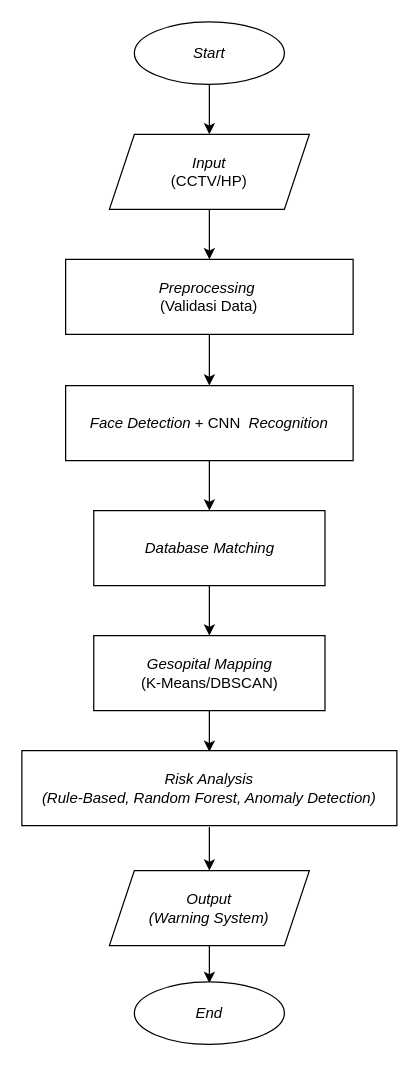
This is page "Page-5" (5 of 5) of Diagram Tanpa Judul.drawio from NayaRPL/bebas, a draw.io file, before an edit. Source tidied: cells renumbered, new cells numbered last; positions are measured from the earlier drawing's top-left corner, leaving out a move shared by most shapes. Both pictures are drawn from the tidied source at 125%, with x=0, y=0 at pixel (21, 21).
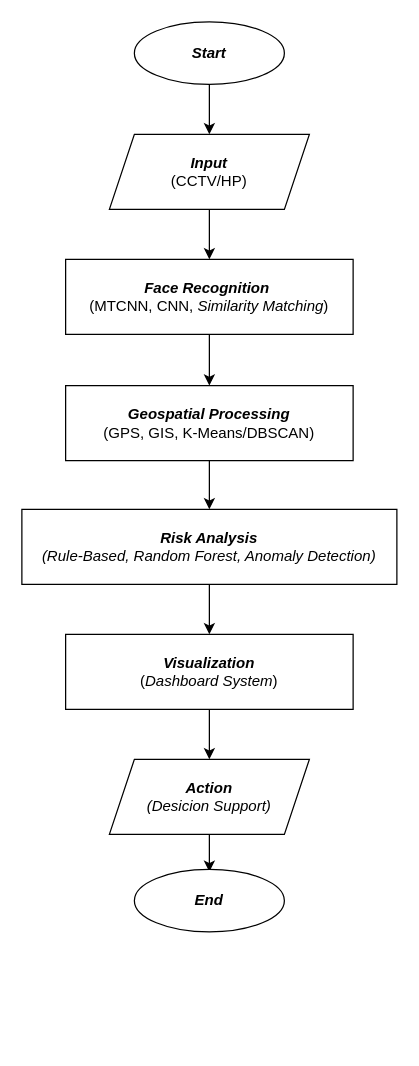
Above is the later version.

Diff of the diagram source:
```diff
@@
-    <mxCell id="3" value="&lt;i&gt;Start&lt;/i&gt;" style="ellipse;whiteSpace=wrap;html=1;" parent="1" vertex="1">
+    <mxCell id="3" value="&lt;i&gt;&lt;b&gt;Start&lt;/b&gt;&lt;/i&gt;" style="ellipse;whiteSpace=wrap;html=1;" parent="1" vertex="1">
       <mxGeometry x="90" width="120" height="50" as="geometry" />
     </mxCell>
@@
-    <mxCell id="5" value="&lt;i&gt;Input&lt;/i&gt;&lt;div&gt;(CCTV/HP)&lt;/div&gt;" style="shape=parallelogram;perimeter=parallelogramPerimeter;whiteSpace=wrap;html=1;fixedSize=1;" parent="1" vertex="1">
+    <mxCell id="5" value="&lt;i&gt;&lt;b&gt;Input&lt;/b&gt;&lt;/i&gt;&lt;div&gt;(CCTV/HP)&lt;/div&gt;" style="shape=parallelogram;perimeter=parallelogramPerimeter;whiteSpace=wrap;html=1;fixedSize=1;" parent="1" vertex="1">
       <mxGeometry x="70" y="90" width="160" height="60" as="geometry" />
     </mxCell>
-    <mxCell id="6" style="edgeStyle=orthogonalEdgeStyle;rounded=0;jettySize=auto;html=1;exitX=0.5;exitY=1;exitDx=0;exitDy=0;entryX=0.5;entryY=0;entryDx=0;entryDy=0;" parent="1" edge="1" source="7" target="9">
-      <mxGeometry relative="1" as="geometry" />
-    </mxCell>
+    <mxCell id="19" style="edgeStyle=orthogonalEdgeStyle;rounded=0;jettySize=auto;html=1;exitX=0.5;exitY=1;exitDx=0;exitDy=0;entryX=0.5;entryY=0;entryDx=0;entryDy=0;" parent="1" edge="1" source="7" target="13">
+      <mxGeometry relative="1" as="geometry" />
+    </mxCell>
-    <mxCell id="7" value="&lt;i&gt;Face Detection&lt;/i&gt; + CNN&amp;nbsp; &lt;i&gt;Recognition&lt;/i&gt;" style="rounded=0;whiteSpace=wrap;html=1;" parent="1" vertex="1">
+    <mxCell id="7" value="&lt;i&gt;&lt;b&gt;Geospatial Processing&lt;/b&gt;&lt;/i&gt;&lt;div&gt;(GPS, GIS, K-Means/DBSCAN)&lt;/div&gt;" style="rounded=0;whiteSpace=wrap;html=1;" parent="1" vertex="1">
       <mxGeometry x="35" y="291" width="230" height="60" as="geometry" />
     </mxCell>
-    <mxCell id="8" style="edgeStyle=orthogonalEdgeStyle;rounded=0;jettySize=auto;html=1;exitX=0.5;exitY=1;exitDx=0;exitDy=0;entryX=0.5;entryY=0;entryDx=0;entryDy=0;" parent="1" edge="1" source="9" target="11">
-      <mxGeometry relative="1" as="geometry" />
-    </mxCell>
-    <mxCell id="9" value="&lt;i&gt;Database Matching&lt;/i&gt;" style="rounded=0;whiteSpace=wrap;html=1;" parent="1" vertex="1">
-      <mxGeometry x="57.5" y="391" width="185" height="60" as="geometry" />
-    </mxCell>
-    <mxCell id="10" style="edgeStyle=orthogonalEdgeStyle;rounded=0;jettySize=auto;html=1;exitX=0.5;exitY=1;exitDx=0;exitDy=0;entryX=0.5;entryY=0;entryDx=0;entryDy=0;" parent="1" edge="1" source="11">
-      <mxGeometry relative="1" as="geometry">
-        <mxPoint x="150" y="584" as="targetPoint" />
-      </mxGeometry>
-    </mxCell>
-    <mxCell id="11" value="&lt;i&gt;Gesopital Mapping&lt;/i&gt;&lt;div&gt;(K-Means/DBSCAN)&lt;/div&gt;" style="rounded=0;whiteSpace=wrap;html=1;" parent="1" vertex="1">
-      <mxGeometry x="57.5" y="491" width="185" height="60" as="geometry" />
-    </mxCell>
-    <mxCell id="12" style="edgeStyle=orthogonalEdgeStyle;rounded=0;jettySize=auto;html=1;exitX=0.5;exitY=1;exitDx=0;exitDy=0;entryX=0.5;entryY=0;entryDx=0;entryDy=0;" parent="1" edge="1" target="15">
-      <mxGeometry relative="1" as="geometry">
-        <mxPoint x="150" y="644" as="sourcePoint" />
-      </mxGeometry>
-    </mxCell>
+    <mxCell id="20" style="edgeStyle=orthogonalEdgeStyle;rounded=0;jettySize=auto;html=1;exitX=0.5;exitY=1;exitDx=0;exitDy=0;entryX=0.5;entryY=0;entryDx=0;entryDy=0;" parent="1" edge="1" source="13" target="22">
+      <mxGeometry relative="1" as="geometry" />
+    </mxCell>
-    <mxCell id="13" value="&lt;i&gt;Risk Analysis&lt;/i&gt;&lt;div&gt;&lt;i&gt;(Rule-Based, Random Forest, Anomaly Detection)&lt;/i&gt;&lt;/div&gt;" style="rounded=0;whiteSpace=wrap;html=1;" parent="1" vertex="1">
-      <mxGeometry y="583" width="300" height="60" as="geometry" />
+    <mxCell id="13" value="&lt;i&gt;&lt;b&gt;Risk Analysis&lt;/b&gt;&lt;/i&gt;&lt;div&gt;&lt;i&gt;(Rule-Based, Random Forest, Anomaly Detection)&lt;/i&gt;&lt;/div&gt;" style="rounded=0;whiteSpace=wrap;html=1;" parent="1" vertex="1">
+      <mxGeometry y="390" width="300" height="60" as="geometry" />
     </mxCell>
     <mxCell id="14" style="edgeStyle=orthogonalEdgeStyle;rounded=0;jettySize=auto;html=1;exitX=0.5;exitY=1;exitDx=0;exitDy=0;entryX=0.5;entryY=0;entryDx=0;entryDy=0;" parent="1" edge="1" source="15">
       <mxGeometry relative="1" as="geometry">
-        <mxPoint x="150" y="769" as="targetPoint" />
+        <mxPoint x="150" y="680" as="targetPoint" />
       </mxGeometry>
     </mxCell>
-    <mxCell id="15" value="&lt;i&gt;Output&lt;br&gt;&lt;/i&gt;&lt;div&gt;&lt;i&gt;(Warning System)&lt;/i&gt;&lt;/div&gt;" style="shape=parallelogram;perimeter=parallelogramPerimeter;whiteSpace=wrap;html=1;fixedSize=1;" parent="1" vertex="1">
-      <mxGeometry x="70" y="679" width="160" height="60" as="geometry" />
+    <mxCell id="15" value="&lt;div&gt;&lt;i&gt;&lt;b&gt;Action&lt;/b&gt;&lt;/i&gt;&lt;/div&gt;&lt;div&gt;&lt;i&gt;(Desicion Support)&lt;/i&gt;&lt;/div&gt;" style="shape=parallelogram;perimeter=parallelogramPerimeter;whiteSpace=wrap;html=1;fixedSize=1;" parent="1" vertex="1">
+      <mxGeometry x="70" y="590" width="160" height="60" as="geometry" />
     </mxCell>
-    <mxCell id="16" value="&lt;i&gt;End&lt;/i&gt;" style="ellipse;whiteSpace=wrap;html=1;" parent="1" vertex="1">
-      <mxGeometry x="90" y="768" width="120" height="50" as="geometry" />
+    <mxCell id="16" value="&lt;i&gt;&lt;b&gt;End&lt;/b&gt;&lt;/i&gt;" style="ellipse;whiteSpace=wrap;html=1;" parent="1" vertex="1">
+      <mxGeometry x="90" y="678" width="120" height="50" as="geometry" />
     </mxCell>
@@
-    <mxCell id="18" value="&lt;i&gt;Preprocessing&amp;nbsp;&lt;/i&gt;&lt;div&gt;(Validasi Data)&lt;/div&gt;" style="rounded=0;whiteSpace=wrap;html=1;" parent="1" vertex="1">
+    <mxCell id="18" value="&lt;i&gt;&lt;b&gt;Face Recognition&amp;nbsp;&lt;/b&gt;&lt;/i&gt;&lt;div&gt;(MTCNN, CNN, &lt;i&gt;Similarity Matching&lt;/i&gt;)&lt;/div&gt;" style="rounded=0;whiteSpace=wrap;html=1;" parent="1" vertex="1">
       <mxGeometry x="35" y="190" width="230" height="60" as="geometry" />
     </mxCell>
+    <mxCell id="21" style="edgeStyle=orthogonalEdgeStyle;rounded=0;jettySize=auto;html=1;exitX=0.5;exitY=1;exitDx=0;exitDy=0;entryX=0.5;entryY=0;entryDx=0;entryDy=0;" parent="1" edge="1" source="22" target="15">
+      <mxGeometry relative="1" as="geometry" />
+    </mxCell>
+    <mxCell id="22" value="&lt;i&gt;&lt;b&gt;Visualization&lt;/b&gt;&lt;/i&gt;&lt;div&gt;(&lt;i&gt;Dashboard System&lt;/i&gt;)&lt;/div&gt;" style="rounded=0;whiteSpace=wrap;html=1;" parent="1" vertex="1">
+      <mxGeometry x="35" y="490" width="230" height="60" as="geometry" />
+    </mxCell>
```
